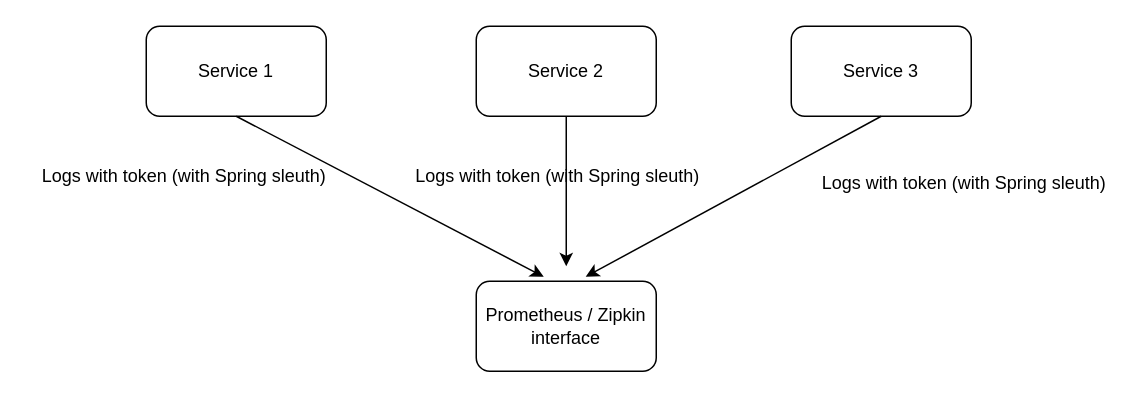
Above: resources/Log tracing.drawio in prasad-babu/mydraw.io (draw.io), before the change. Source tidied: cells renumbered, new cells numbered last; positions are measured from the earlier drawing's top-left corner, leaving out a move shared by most shapes. Both pictures are drawn from the tidied source at 150%, with x=0, y=0 at pixel (26, 26).
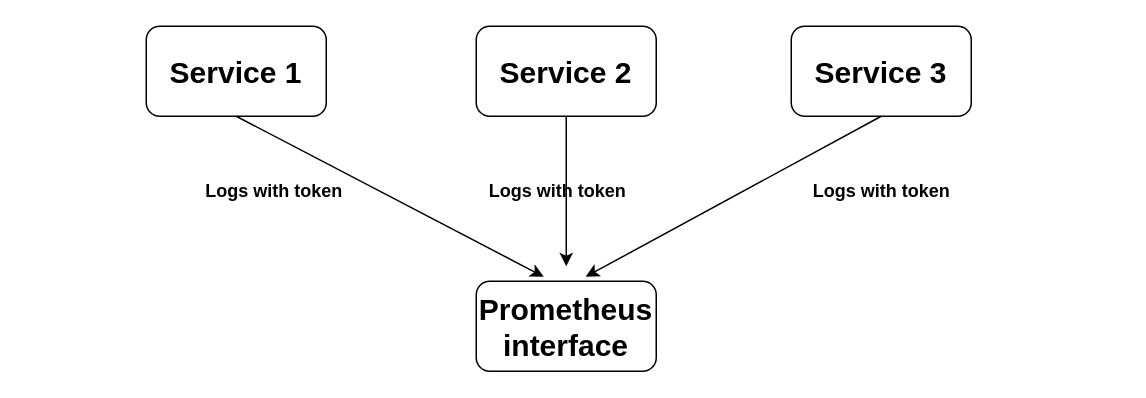
Above is the later version.

What changed in the source:
```diff
@@
 <mxGraphModel>
   <root>
     <mxCell id="0" />
     <mxCell id="1" parent="0" />
-    <mxCell id="2" value="Service 1" style="rounded=1;whiteSpace=wrap;html=1;" parent="1" vertex="1">
+    <mxCell id="2" value="&lt;b&gt;&lt;font style=&quot;font-size: 20px;&quot;&gt;Service 1&lt;/font&gt;&lt;/b&gt;" style="rounded=1;whiteSpace=wrap;html=1;" parent="1" vertex="1">
       <mxGeometry x="80" width="120" height="60" as="geometry" />
     </mxCell>
-    <mxCell id="3" value="Service 2" style="rounded=1;whiteSpace=wrap;html=1;" parent="1" vertex="1">
+    <mxCell id="3" value="&lt;b&gt;&lt;font style=&quot;font-size: 20px;&quot;&gt;Service 2&lt;/font&gt;&lt;/b&gt;" style="rounded=1;whiteSpace=wrap;html=1;" parent="1" vertex="1">
       <mxGeometry x="300" width="120" height="60" as="geometry" />
     </mxCell>
-    <mxCell id="4" value="Service 3" style="rounded=1;whiteSpace=wrap;html=1;" parent="1" vertex="1">
+    <mxCell id="4" value="&lt;b&gt;&lt;font style=&quot;font-size: 20px;&quot;&gt;Service 3&lt;/font&gt;&lt;/b&gt;" style="rounded=1;whiteSpace=wrap;html=1;" parent="1" vertex="1">
       <mxGeometry x="510" width="120" height="60" as="geometry" />
     </mxCell>
-    <mxCell id="5" value="Prometheus / Zipkin interface" style="rounded=1;whiteSpace=wrap;html=1;" parent="1" vertex="1">
+    <mxCell id="5" value="&lt;b&gt;&lt;font style=&quot;font-size: 20px;&quot;&gt;Prometheus interface&lt;/font&gt;&lt;/b&gt;" style="rounded=1;whiteSpace=wrap;html=1;" parent="1" vertex="1">
       <mxGeometry x="300" y="170" width="120" height="60" as="geometry" />
     </mxCell>
     <mxCell id="6" style="endArrow=classic;html=1;rounded=0;exitX=0.5;exitY=1;exitDx=0;exitDy=0;entryX=0.375;entryY=-0.05;entryDx=0;entryDy=0;entryPerimeter=0;" parent="1" edge="1" source="2" target="5">
       <mxGeometry relative="1" as="geometry" />
     </mxCell>
     <mxCell id="7" style="endArrow=classic;html=1;rounded=0;exitX=0.5;exitY=1;exitDx=0;exitDy=0;" parent="1" edge="1" source="3">
       <mxGeometry relative="1" as="geometry">
         <mxPoint x="360" y="160" as="targetPoint" />
       </mxGeometry>
     </mxCell>
     <mxCell id="8" style="endArrow=classic;html=1;rounded=0;exitX=0.5;exitY=1;exitDx=0;exitDy=0;entryX=0.608;entryY=-0.05;entryDx=0;entryDy=0;entryPerimeter=0;" parent="1" edge="1" source="4" target="5">
       <mxGeometry relative="1" as="geometry" />
     </mxCell>
-    <mxCell id="9" value="Logs with token (with Spring sleuth)" style="text;html=1;align=center;verticalAlign=middle;strokeColor=none;fillColor=none;" parent="1" vertex="1">
-      <mxGeometry y="85" width="210" height="30" as="geometry" />
-    </mxCell>
-    <mxCell id="10" value="Logs with token (with Spring sleuth)" style="text;html=1;align=center;verticalAlign=middle;strokeColor=none;fillColor=none;" parent="1" vertex="1">
-      <mxGeometry x="249" y="85" width="210" height="30" as="geometry" />
+    <mxCell id="10" value="&lt;b&gt;Logs with token&lt;/b&gt;" style="text;html=1;align=center;verticalAlign=middle;strokeColor=none;fillColor=none;" parent="1" vertex="1">
+      <mxGeometry x="299" y="95" width="110" height="30" as="geometry" />
     </mxCell>
-    <mxCell id="11" value="Logs with token (with Spring sleuth)" style="text;html=1;align=center;verticalAlign=middle;strokeColor=none;fillColor=none;" parent="1" vertex="1">
-      <mxGeometry x="520" y="90" width="210" height="30" as="geometry" />
-    </mxCell>
+    <mxCell id="12" value="&lt;b&gt;Logs with token&lt;/b&gt;" style="text;html=1;align=center;verticalAlign=middle;strokeColor=none;fillColor=none;" parent="1" vertex="1">
+      <mxGeometry x="515" y="95" width="110" height="30" as="geometry" />
+    </mxCell>
+    <mxCell id="13" value="&lt;b&gt;Logs with token&lt;/b&gt;" style="text;html=1;align=center;verticalAlign=middle;strokeColor=none;fillColor=none;" parent="1" vertex="1">
+      <mxGeometry x="110" y="95" width="110" height="30" as="geometry" />
+    </mxCell>
   </root>
 </mxGraphModel>
```
